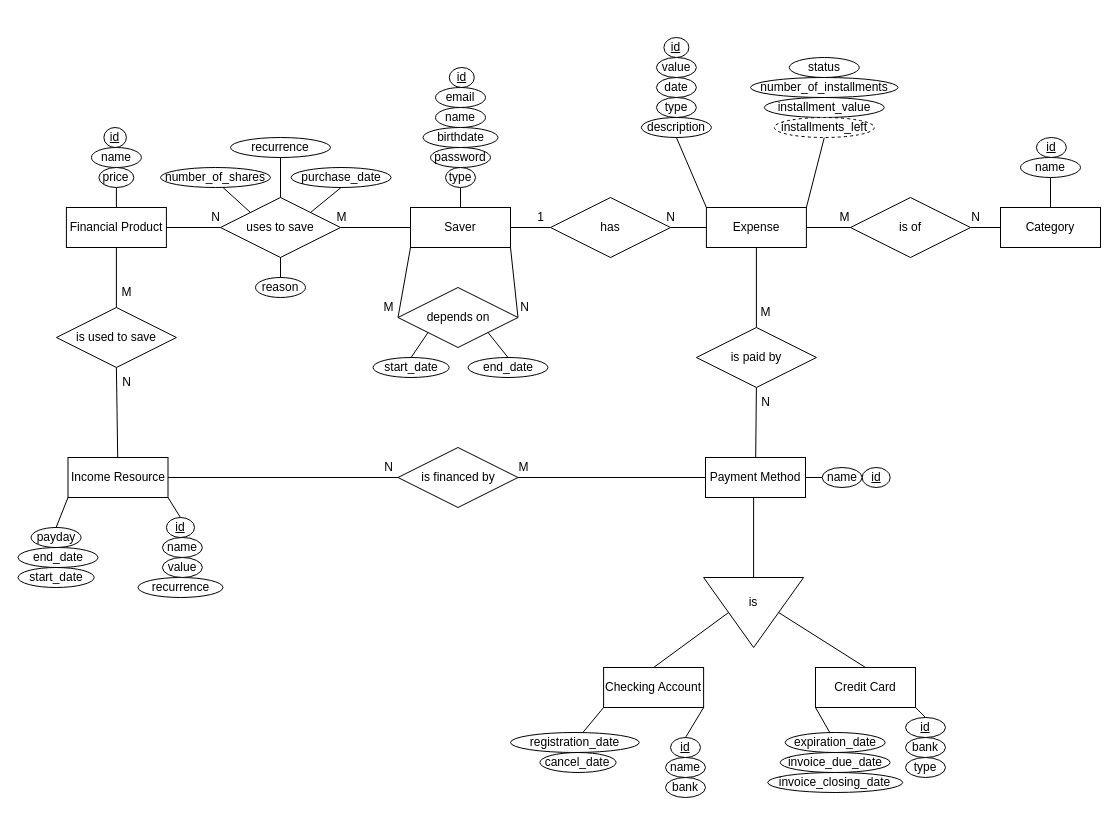
The draw.io diagram Data/DataDiagrams/entityRelationship.drawio in giogvn/FinalProjectCTEDS, before the edit. Source tidied: cells renumbered, new cells numbered last; positions are measured from the earlier drawing's top-left corner, leaving out a move shared by most shapes. Both pictures are drawn from the tidied source at 100%, with x=0, y=0 at pixel (18, 37).
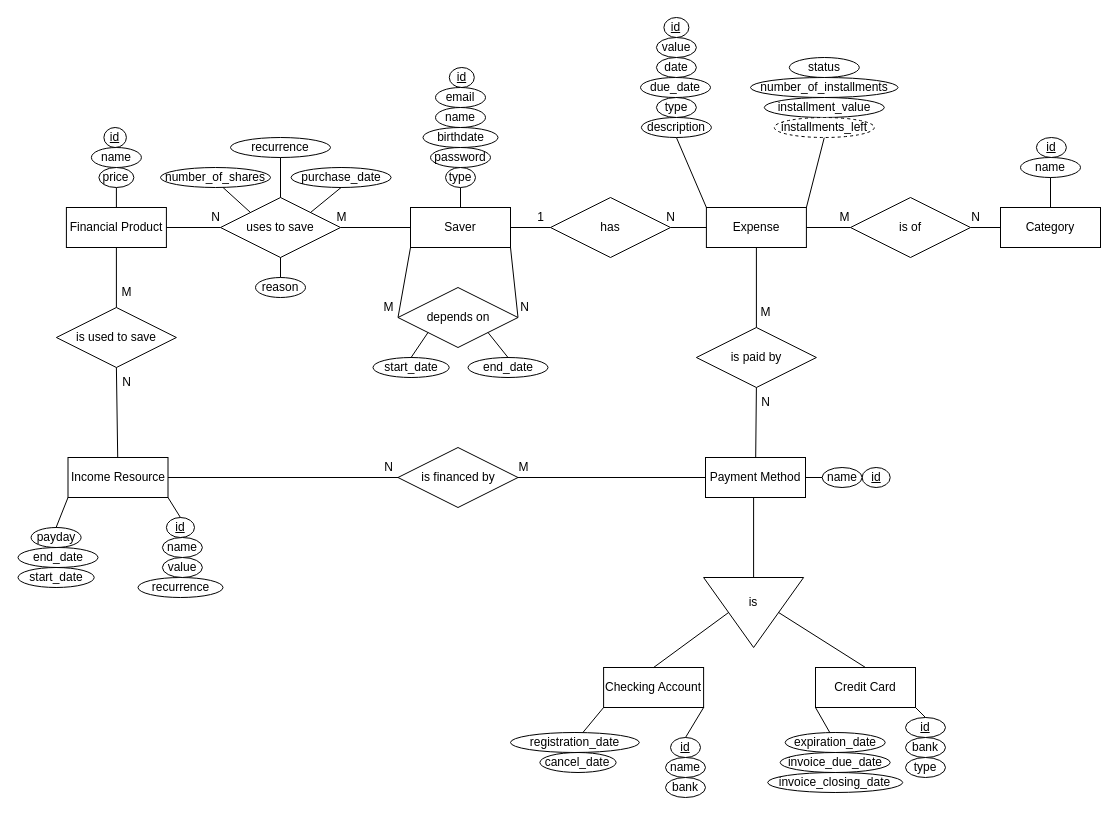
After the change.

Change to the diagram source:
```diff
@@
     <mxCell id="3" value="id" style="ellipse;whiteSpace=wrap;html=1;align=center;fontStyle=4;" parent="1" vertex="1">
-      <mxGeometry x="645.4" width="25" height="20" as="geometry" />
+      <mxGeometry x="645.4" y="-20" width="25" height="20" as="geometry" />
     </mxCell>
     <mxCell id="4" value="date" style="ellipse;whiteSpace=wrap;html=1;align=center;" parent="1" vertex="1">
-      <mxGeometry x="637.9" y="40" width="40" height="20" as="geometry" />
+      <mxGeometry x="637.9" y="20" width="40" height="20" as="geometry" />
     </mxCell>
     <mxCell id="5" value="value" style="ellipse;whiteSpace=wrap;html=1;align=center;" parent="1" vertex="1">
-      <mxGeometry x="637.9" y="20" width="40" height="20" as="geometry" />
+      <mxGeometry x="637.9" width="40" height="20" as="geometry" />
     </mxCell>
@@
+    <mxCell id="114" value="due_date" style="ellipse;whiteSpace=wrap;html=1;align=center;" parent="1" vertex="1">
+      <mxGeometry x="622" y="40" width="70" height="20" as="geometry" />
+    </mxCell>
```
